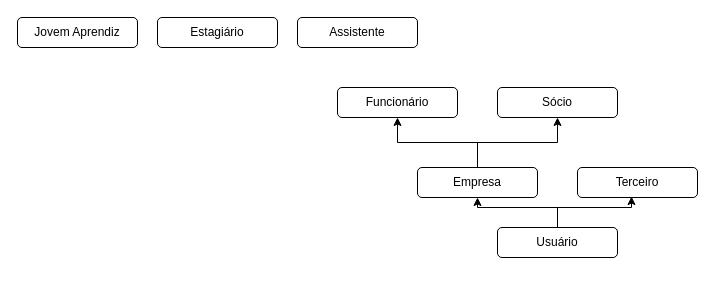
Earlier version of the draw.io diagram SistemaRH.drawio (andrebonnano/Diagramas). Source tidied: cells renumbered, new cells numbered last; positions are measured from the earlier drawing's top-left corner, leaving out a move shared by most shapes. Both pictures are drawn from the tidied source at 100%, with x=0, y=0 at pixel (17, 17).
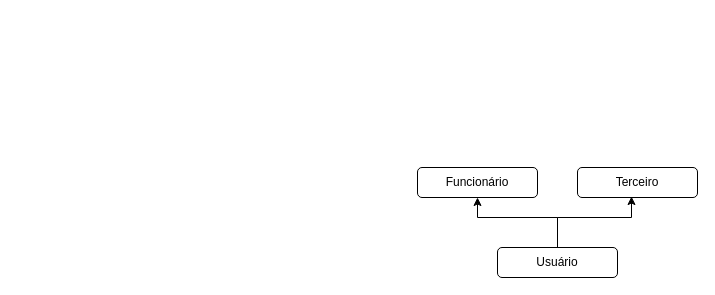
The same diagram, later.

Diff of the diagram source:
```diff
@@
 <mxGraphModel>
   <root>
     <mxCell id="0" />
     <mxCell id="1" parent="0" />
     <mxCell id="2" style="edgeStyle=orthogonalEdgeStyle;rounded=0;jettySize=auto;html=1;" parent="1" edge="1" source="4" target="7">
-      <mxGeometry relative="1" as="geometry" />
+      <mxGeometry relative="1" as="geometry">
+        <Array as="points">
+          <mxPoint x="540" y="200" />
+          <mxPoint x="460" y="200" />
+        </Array>
+      </mxGeometry>
     </mxCell>
     <mxCell id="3" style="edgeStyle=orthogonalEdgeStyle;rounded=0;jettySize=auto;html=1;entryX=0.45;entryY=0.967;entryDx=0;entryDy=0;entryPerimeter=0;" parent="1" edge="1" source="4" target="8">
-      <mxGeometry relative="1" as="geometry" />
+      <mxGeometry relative="1" as="geometry">
+        <Array as="points">
+          <mxPoint x="540" y="200" />
+          <mxPoint x="614" y="200" />
+        </Array>
+      </mxGeometry>
     </mxCell>
     <mxCell id="4" value="Usuário" style="rounded=1;whiteSpace=wrap;html=1;" parent="1" vertex="1">
-      <mxGeometry x="480" y="210" width="120" height="30" as="geometry" />
+      <mxGeometry x="480" y="230" width="120" height="30" as="geometry" />
     </mxCell>
-    <mxCell id="5" style="edgeStyle=orthogonalEdgeStyle;rounded=0;jettySize=auto;html=1;" parent="1" edge="1" source="7" target="9">
-      <mxGeometry relative="1" as="geometry" />
-    </mxCell>
-    <mxCell id="6" style="edgeStyle=orthogonalEdgeStyle;rounded=0;jettySize=auto;html=1;entryX=0.5;entryY=1;entryDx=0;entryDy=0;" parent="1" edge="1" source="7" target="10">
-      <mxGeometry relative="1" as="geometry" />
-    </mxCell>
-    <mxCell id="7" value="Empresa" style="rounded=1;whiteSpace=wrap;html=1;" parent="1" vertex="1">
+    <mxCell id="7" value="Funcionário" style="rounded=1;whiteSpace=wrap;html=1;" parent="1" vertex="1">
       <mxGeometry x="400" y="150" width="120" height="30" as="geometry" />
     </mxCell>
     <mxCell id="8" value="Terceiro" style="rounded=1;whiteSpace=wrap;html=1;" parent="1" vertex="1">
       <mxGeometry x="560" y="150" width="120" height="30" as="geometry" />
     </mxCell>
-    <mxCell id="9" value="Funcionário" style="rounded=1;whiteSpace=wrap;html=1;" parent="1" vertex="1">
-      <mxGeometry x="320" y="70" width="120" height="30" as="geometry" />
-    </mxCell>
-    <mxCell id="10" value="Sócio" style="rounded=1;whiteSpace=wrap;html=1;" parent="1" vertex="1">
-      <mxGeometry x="480" y="70" width="120" height="30" as="geometry" />
-    </mxCell>
-    <mxCell id="11" value="Estagiário" style="rounded=1;whiteSpace=wrap;html=1;" parent="1" vertex="1">
-      <mxGeometry x="140" width="120" height="30" as="geometry" />
-    </mxCell>
-    <mxCell id="12" value="Jovem Aprendiz" style="rounded=1;whiteSpace=wrap;html=1;" parent="1" vertex="1">
-      <mxGeometry width="120" height="30" as="geometry" />
-    </mxCell>
-    <mxCell id="13" value="Assistente" style="rounded=1;whiteSpace=wrap;html=1;" parent="1" vertex="1">
-      <mxGeometry x="280" width="120" height="30" as="geometry" />
-    </mxCell>
   </root>
 </mxGraphModel>
```
